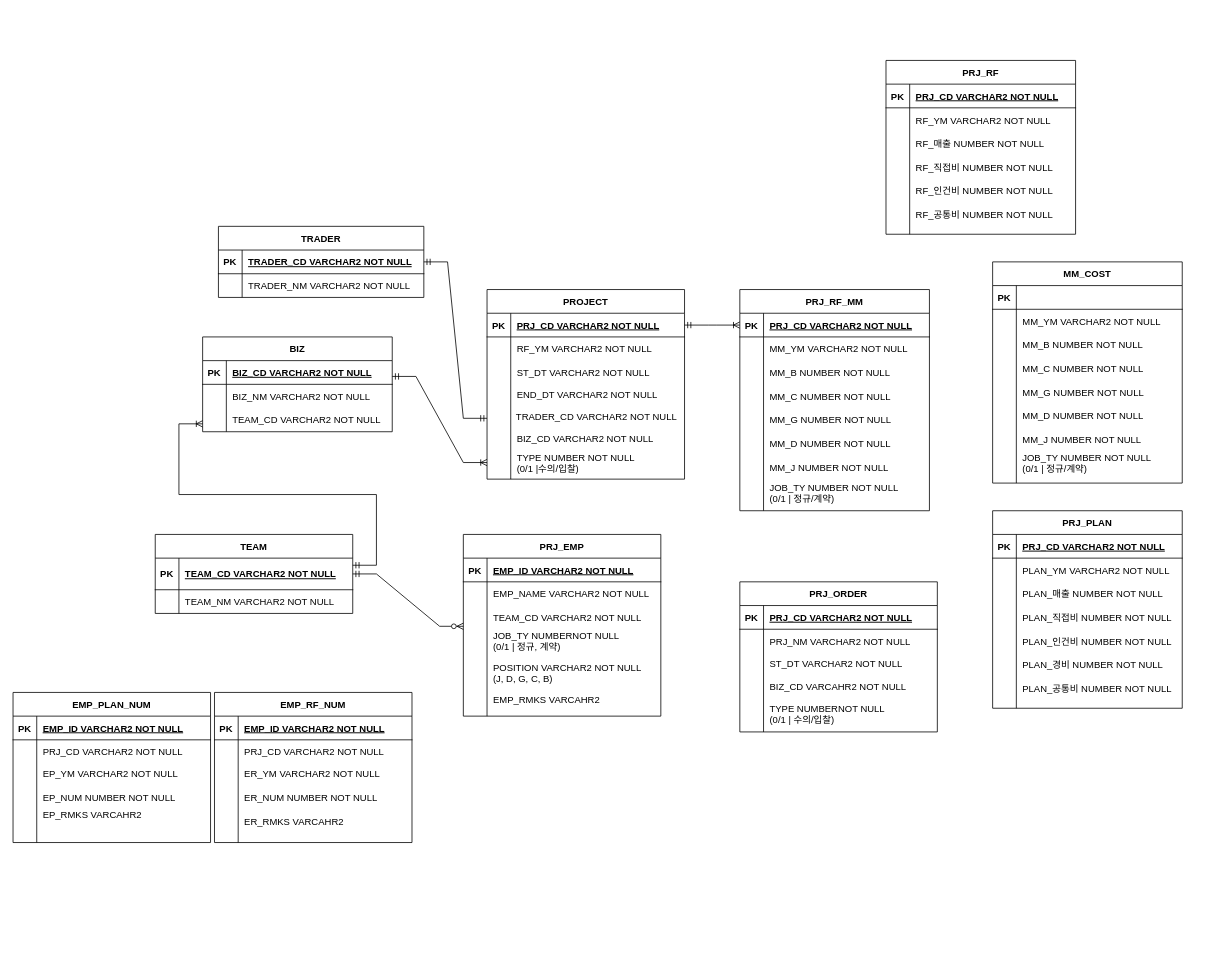
Earlier version of the draw.io diagram Untitled Diagram.drawio (wonjongah/wonjongah.github.io). Source tidied: cells renumbered, new cells numbered last; positions are measured from the earlier drawing's top-left corner, leaving out a move shared by most shapes. Both pictures are drawn from the tidied source at 79%, with x=0, y=0 at pixel (13, 60).
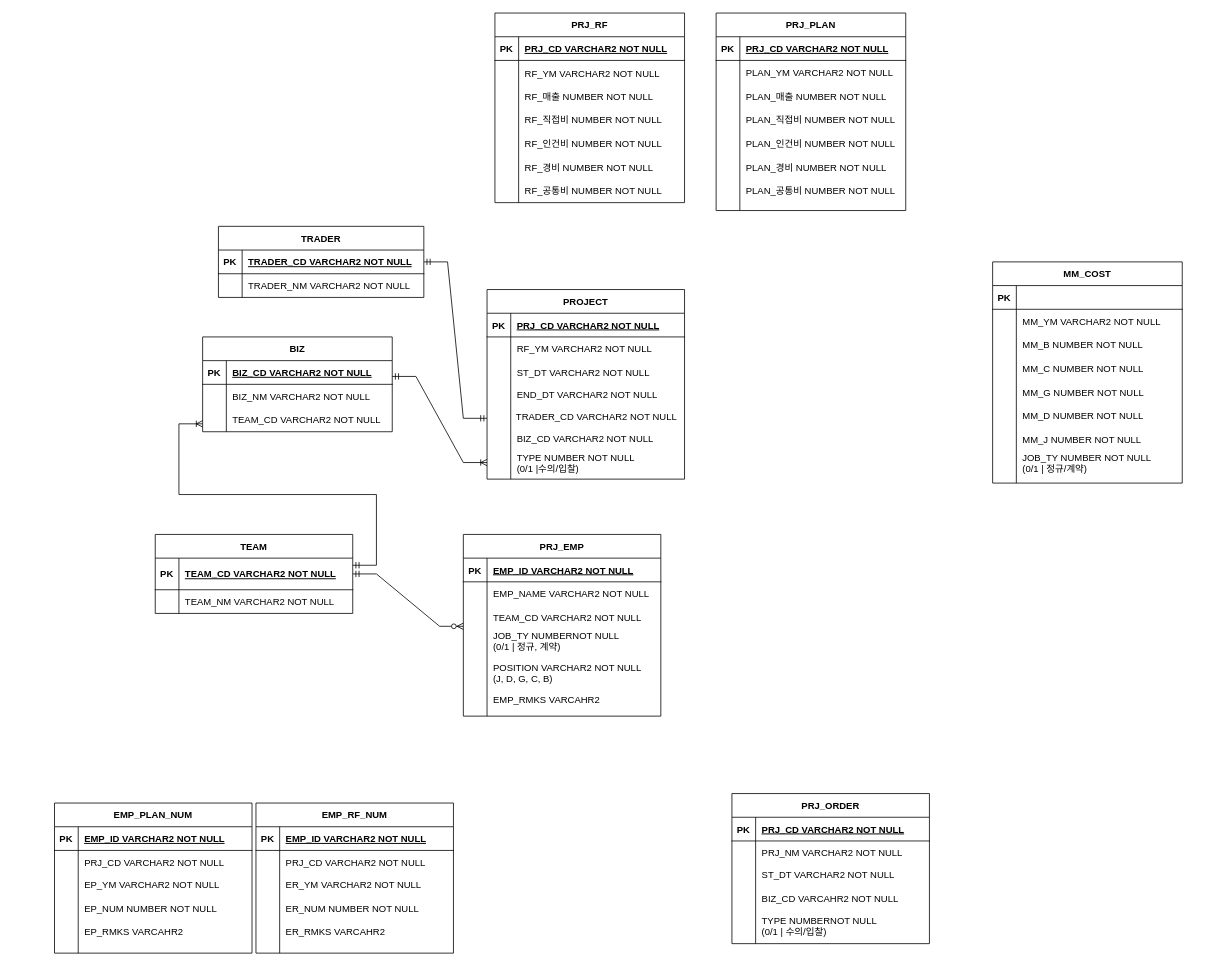
The same page after the edit.

The change refers to these unchanged cells:
```xml
<mxCell id="3" style="shape=partialRectangle;fillColor=none;points=[[0,0.5],[1,0.5]];portConstraint=eastwest;top=0;left=0;right=0;bottom=1;" parent="2" vertex="1">
  <mxGeometry y="30" width="250" height="30" as="geometry" />
</mxCell>
```

What changed in the source:
```diff
@@
     <mxCell id="41" value="PRJ_PLAN" style="shape=table;startSize=30;childLayout=tableLayout;rowLines=0;fontStyle=1;align=center;" parent="1" vertex="1">
-      <mxGeometry x="1240" y="570" width="240" height="250" as="geometry" />
+      <mxGeometry x="890" y="-60" width="240" height="250" as="geometry" />
     </mxCell>
@@
     <mxCell id="48" value="PLAN_YM VARCHAR2 NOT NULL" style="shape=partialRectangle;overflow=hidden;fillColor=none;top=0;left=0;bottom=0;right=0;align=left;spacingLeft=6;" parent="1" vertex="1">
-      <mxGeometry x="1270" y="630" width="220" height="30" as="geometry" />
+      <mxGeometry x="920" width="220" height="30" as="geometry" />
     </mxCell>
     <mxCell id="49" value="PLAN_매출 NUMBER NOT NULL" style="shape=partialRectangle;overflow=hidden;fillColor=none;top=0;left=0;bottom=0;right=0;align=left;spacingLeft=6;" parent="1" vertex="1">
-      <mxGeometry x="1270" y="660" width="220" height="30" as="geometry" />
+      <mxGeometry x="920" y="30" width="220" height="30" as="geometry" />
     </mxCell>
     <mxCell id="50" value="PLAN_인건비 NUMBER NOT NULL" style="shape=partialRectangle;overflow=hidden;fillColor=none;top=0;left=0;bottom=0;right=0;align=left;spacingLeft=6;" parent="1" vertex="1">
-      <mxGeometry x="1270" y="720" width="220" height="30" as="geometry" />
+      <mxGeometry x="920" y="90" width="220" height="30" as="geometry" />
     </mxCell>
     <mxCell id="51" value="PLAN_경비 NUMBER NOT NULL" style="shape=partialRectangle;overflow=hidden;fillColor=none;top=0;left=0;bottom=0;right=0;align=left;spacingLeft=6;" parent="1" vertex="1">
-      <mxGeometry x="1270" y="750" width="220" height="30" as="geometry" />
+      <mxGeometry x="920" y="120" width="220" height="30" as="geometry" />
     </mxCell>
     <mxCell id="52" value="PLAN_공통비 NUMBER NOT NULL" style="shape=partialRectangle;overflow=hidden;fillColor=none;top=0;left=0;bottom=0;right=0;align=left;spacingLeft=6;" parent="1" vertex="1">
-      <mxGeometry x="1270" y="780" width="220" height="30" as="geometry" />
+      <mxGeometry x="920" y="150" width="220" height="30" as="geometry" />
     </mxCell>
     <mxCell id="53" value="PRJ_RF" style="shape=table;startSize=30;childLayout=tableLayout;rowLines=0;fontStyle=1;align=center;" parent="1" vertex="1">
-      <mxGeometry x="1105" width="240" height="220" as="geometry" />
+      <mxGeometry x="610" y="-60" width="240" height="240" as="geometry" />
     </mxCell>
@@
     <mxCell id="57" style="shape=partialRectangle;fillColor=none;top=0;left=0;right=0;bottom=0;" parent="53" vertex="1">
-      <mxGeometry y="60" width="240" height="160" as="geometry" />
+      <mxGeometry y="60" width="240" height="180" as="geometry" />
     </mxCell>
     <mxCell id="58" style="shape=partialRectangle;overflow=hidden;fillColor=none;top=0;left=0;bottom=0;right=0;" parent="57" vertex="1">
-      <mxGeometry width="30" height="160" as="geometry" />
+      <mxGeometry width="30" height="180" as="geometry" />
     </mxCell>
     <mxCell id="59" style="shape=partialRectangle;overflow=hidden;fillColor=none;top=0;left=0;bottom=0;right=0;align=left;spacingLeft=6;" parent="57" vertex="1">
-      <mxGeometry x="30" width="210" height="160" as="geometry" />
+      <mxGeometry x="30" width="210" height="180" as="geometry" />
     </mxCell>
@@
     <mxCell id="61" value="PRJ_CD VARCHAR2 NOT NULL" style="shape=partialRectangle;overflow=hidden;fillColor=none;top=0;left=0;bottom=0;right=0;align=left;spacingLeft=6;fontStyle=5;" parent="1" vertex="1">
-      <mxGeometry x="1135" y="30" width="220" height="30" as="geometry" />
+      <mxGeometry x="640" y="-30" width="220" height="30" as="geometry" />
     </mxCell>
     <mxCell id="62" value="RF_YM VARCHAR2 NOT NULL" style="shape=partialRectangle;overflow=hidden;fillColor=none;top=0;left=0;bottom=0;right=0;align=left;spacingLeft=6;" parent="1" vertex="1">
-      <mxGeometry x="1135" y="61" width="220" height="30" as="geometry" />
+      <mxGeometry x="640" y="1" width="220" height="30" as="geometry" />
     </mxCell>
     <mxCell id="63" value="RF_매출 NUMBER NOT NULL" style="shape=partialRectangle;overflow=hidden;fillColor=none;top=0;left=0;bottom=0;right=0;align=left;spacingLeft=6;" parent="1" vertex="1">
-      <mxGeometry x="1135" y="90" width="220" height="30" as="geometry" />
+      <mxGeometry x="640" y="30" width="220" height="30" as="geometry" />
     </mxCell>
     <mxCell id="64" value="RF_직접비 NUMBER NOT NULL" style="shape=partialRectangle;overflow=hidden;fillColor=none;top=0;left=0;bottom=0;right=0;align=left;spacingLeft=6;" parent="1" vertex="1">
-      <mxGeometry x="1135" y="120" width="220" height="30" as="geometry" />
+      <mxGeometry x="640" y="60" width="220" height="30" as="geometry" />
     </mxCell>
     <mxCell id="65" value="RF_인건비 NUMBER NOT NULL" style="shape=partialRectangle;overflow=hidden;fillColor=none;top=0;left=0;bottom=0;right=0;align=left;spacingLeft=6;" parent="1" vertex="1">
-      <mxGeometry x="1135" y="150" width="220" height="30" as="geometry" />
+      <mxGeometry x="640" y="90" width="220" height="30" as="geometry" />
     </mxCell>
     <mxCell id="66" value="RF_공통비 NUMBER NOT NULL" style="shape=partialRectangle;overflow=hidden;fillColor=none;top=0;left=0;bottom=0;right=0;align=left;spacingLeft=6;" parent="1" vertex="1">
-      <mxGeometry x="1135" y="180" width="220" height="30" as="geometry" />
+      <mxGeometry x="640" y="150" width="220" height="30" as="geometry" />
     </mxCell>
     <mxCell id="67" value="PRJ_CD VARCHAR2 NOT NULL" style="shape=partialRectangle;overflow=hidden;fillColor=none;top=0;left=0;bottom=0;right=0;align=left;spacingLeft=6;fontStyle=5;" parent="1" vertex="1">
-      <mxGeometry x="1270" y="600" width="220" height="30" as="geometry" />
+      <mxGeometry x="920" y="-30" width="220" height="30" as="geometry" />
     </mxCell>
     <mxCell id="68" value="PLAN_직접비 NUMBER NOT NULL" style="shape=partialRectangle;overflow=hidden;fillColor=none;top=0;left=0;bottom=0;right=0;align=left;spacingLeft=6;" parent="1" vertex="1">
-      <mxGeometry x="1270" y="690" width="220" height="30" as="geometry" />
+      <mxGeometry x="920" y="60" width="220" height="30" as="geometry" />
     </mxCell>
@@
-    <mxCell id="99" value="PRJ_RF_MM" style="shape=table;startSize=30;childLayout=tableLayout;rowLines=0;fontStyle=1;align=center;" parent="1" vertex="1">
-      <mxGeometry x="920" y="290" width="240" height="280" as="geometry" />
-    </mxCell>
-    <mxCell id="100" style="shape=partialRectangle;fillColor=none;points=[[0,0.5],[1,0.5]];portConstraint=eastwest;top=0;left=0;right=0;bottom=1;" parent="99" vertex="1">
-      <mxGeometry y="30" width="240" height="30" as="geometry" />
-    </mxCell>
-    <mxCell id="101" value="PK" style="shape=partialRectangle;overflow=hidden;fillColor=none;top=0;left=0;bottom=0;right=0;fontStyle=1;" parent="100" vertex="1">
-      <mxGeometry width="30" height="30" as="geometry" />
-    </mxCell>
-    <mxCell id="102" style="shape=partialRectangle;overflow=hidden;fillColor=none;top=0;left=0;bottom=0;right=0;align=left;spacingLeft=6;fontStyle=5;" parent="100" vertex="1">
-      <mxGeometry x="30" width="210" height="30" as="geometry" />
-    </mxCell>
-    <mxCell id="103" style="shape=partialRectangle;fillColor=none;top=0;left=0;right=0;bottom=0;" parent="99" vertex="1">
-      <mxGeometry y="60" width="240" height="220" as="geometry" />
-    </mxCell>
-    <mxCell id="104" style="shape=partialRectangle;overflow=hidden;fillColor=none;top=0;left=0;bottom=0;right=0;" parent="103" vertex="1">
-      <mxGeometry width="30" height="220" as="geometry" />
-    </mxCell>
-    <mxCell id="105" style="shape=partialRectangle;overflow=hidden;fillColor=none;top=0;left=0;bottom=0;right=0;align=left;spacingLeft=6;" parent="103" vertex="1">
-      <mxGeometry x="30" width="210" height="220" as="geometry" />
-    </mxCell>
-    <mxCell id="106" value="MM_YM VARCHAR2 NOT NULL" style="shape=partialRectangle;overflow=hidden;fillColor=none;top=0;left=0;bottom=0;right=0;align=left;spacingLeft=6;" parent="1" vertex="1">
-      <mxGeometry x="950" y="350" width="220" height="30" as="geometry" />
-    </mxCell>
-    <mxCell id="107" value="MM_B NUMBER NOT NULL" style="shape=partialRectangle;overflow=hidden;fillColor=none;top=0;left=0;bottom=0;right=0;align=left;spacingLeft=6;" parent="1" vertex="1">
-      <mxGeometry x="950" y="380" width="220" height="30" as="geometry" />
-    </mxCell>
-    <mxCell id="108" value="MM_C NUMBER NOT NULL" style="shape=partialRectangle;overflow=hidden;fillColor=none;top=0;left=0;bottom=0;right=0;align=left;spacingLeft=6;" parent="1" vertex="1">
-      <mxGeometry x="950" y="410" width="220" height="30" as="geometry" />
-    </mxCell>
-    <mxCell id="109" value="MM_G NUMBER NOT NULL" style="shape=partialRectangle;overflow=hidden;fillColor=none;top=0;left=0;bottom=0;right=0;align=left;spacingLeft=6;" parent="1" vertex="1">
-      <mxGeometry x="950" y="440" width="220" height="30" as="geometry" />
-    </mxCell>
-    <mxCell id="110" value="MM_D NUMBER NOT NULL" style="shape=partialRectangle;overflow=hidden;fillColor=none;top=0;left=0;bottom=0;right=0;align=left;spacingLeft=6;" parent="1" vertex="1">
-      <mxGeometry x="950" y="470" width="220" height="30" as="geometry" />
-    </mxCell>
-    <mxCell id="111" value="MM_J NUMBER NOT NULL" style="shape=partialRectangle;overflow=hidden;fillColor=none;top=0;left=0;bottom=0;right=0;align=left;spacingLeft=6;" parent="1" vertex="1">
-      <mxGeometry x="950" y="500" width="220" height="30" as="geometry" />
-    </mxCell>
-    <mxCell id="112" value="JOB_TY NUMBER NOT NULL&#10;(0/1 | 정규/계약)" style="shape=partialRectangle;overflow=hidden;fillColor=none;top=0;left=0;bottom=0;right=0;align=left;spacingLeft=6;" parent="1" vertex="1">
-      <mxGeometry x="950" y="533" width="220" height="30" as="geometry" />
-    </mxCell>
-    <mxCell id="113" value="PRJ_CD VARCHAR2 NOT NULL " style="shape=partialRectangle;overflow=hidden;fillColor=none;top=0;left=0;bottom=0;right=0;align=left;spacingLeft=6;fontStyle=5;" parent="1" vertex="1">
-      <mxGeometry x="950" y="320" width="220" height="30" as="geometry" />
-    </mxCell>
-    <mxCell id="114" style="edgeStyle=entityRelationEdgeStyle;fontSize=12;html=1;endArrow=ERoneToMany;startArrow=ERmandOne;rounded=0;exitX=1;exitY=0.5;exitDx=0;exitDy=0;entryX=0;entryY=0.5;entryDx=0;entryDy=0;" parent="1" edge="1" source="3" target="100">
-      <mxGeometry relative="1" as="geometry" />
-    </mxCell>
     <mxCell id="115" value="PRJ_ORDER" style="shape=table;startSize=30;childLayout=tableLayout;rowLines=0;fontStyle=1;align=center;" parent="1" vertex="1">
-      <mxGeometry x="920" y="660" width="250" height="190" as="geometry" />
+      <mxGeometry x="910" y="928" width="250" height="190" as="geometry" />
     </mxCell>
@@
     <mxCell id="122" value="PRJ_NM VARCHAR2 NOT NULL" style="shape=partialRectangle;overflow=hidden;fillColor=none;top=0;left=0;bottom=0;right=0;align=left;spacingLeft=6;" parent="1" vertex="1">
-      <mxGeometry x="950" y="720" width="220" height="30" as="geometry" />
+      <mxGeometry x="940" y="988" width="220" height="30" as="geometry" />
     </mxCell>
     <mxCell id="123" value="ST_DT VARCHAR2 NOT NULL" style="shape=partialRectangle;overflow=hidden;fillColor=none;top=0;left=0;bottom=0;right=0;align=left;spacingLeft=6;" parent="1" vertex="1">
-      <mxGeometry x="950" y="748" width="220" height="30" as="geometry" />
+      <mxGeometry x="940" y="1016" width="220" height="30" as="geometry" />
     </mxCell>
     <mxCell id="124" value="TYPE NUMBERNOT NULL&#10;(0/1 | 수의/입찰)" style="shape=partialRectangle;overflow=hidden;fillColor=none;top=0;left=0;bottom=0;right=0;align=left;spacingLeft=6;" parent="1" vertex="1">
-      <mxGeometry x="950" y="812" width="220" height="30" as="geometry" />
+      <mxGeometry x="940" y="1080" width="220" height="30" as="geometry" />
     </mxCell>
     <mxCell id="125" value="BIZ_CD VARCAHR2 NOT NULL" style="shape=partialRectangle;overflow=hidden;fillColor=none;top=0;left=0;bottom=0;right=0;align=left;spacingLeft=6;" parent="1" vertex="1">
-      <mxGeometry x="950" y="778" width="220" height="30" as="geometry" />
+      <mxGeometry x="940" y="1046" width="220" height="30" as="geometry" />
     </mxCell>
@@
     <mxCell id="127" value="EMP_RF_NUM" style="shape=table;startSize=30;childLayout=tableLayout;rowLines=0;fontStyle=1;align=center;" parent="1" vertex="1">
-      <mxGeometry x="255" y="800" width="250" height="190" as="geometry" />
+      <mxGeometry x="307.5" y="940" width="250" height="190" as="geometry" />
     </mxCell>
@@
     <mxCell id="134" value="PRJ_CD VARCHAR2 NOT NULL" style="shape=partialRectangle;overflow=hidden;fillColor=none;top=0;left=0;bottom=0;right=0;align=left;spacingLeft=6;" parent="1" vertex="1">
-      <mxGeometry x="285" y="860" width="220" height="30" as="geometry" />
+      <mxGeometry x="337.5" y="1000" width="220" height="30" as="geometry" />
     </mxCell>
     <mxCell id="135" value="EMP_PLAN_NUM" style="shape=table;startSize=30;childLayout=tableLayout;rowLines=0;fontStyle=1;align=center;" parent="1" vertex="1">
-      <mxGeometry y="800" width="250" height="190" as="geometry" />
+      <mxGeometry x="52.5" y="940" width="250" height="190" as="geometry" />
     </mxCell>
@@
     <mxCell id="142" value="PRJ_CD VARCHAR2 NOT NULL" style="shape=partialRectangle;overflow=hidden;fillColor=none;top=0;left=0;bottom=0;right=0;align=left;spacingLeft=6;" parent="1" vertex="1">
-      <mxGeometry x="30" y="860" width="220" height="30" as="geometry" />
+      <mxGeometry x="82.5" y="1000" width="220" height="30" as="geometry" />
     </mxCell>
     <mxCell id="143" value="EP_YM VARCHAR2 NOT NULL" style="shape=partialRectangle;overflow=hidden;fillColor=none;top=0;left=0;bottom=0;right=0;align=left;spacingLeft=6;" parent="1" vertex="1">
-      <mxGeometry x="30" y="888" width="220" height="30" as="geometry" />
+      <mxGeometry x="82.5" y="1028" width="220" height="30" as="geometry" />
     </mxCell>
     <mxCell id="144" value="ER_YM VARCHAR2 NOT NULL" style="shape=partialRectangle;overflow=hidden;fillColor=none;top=0;left=0;bottom=0;right=0;align=left;spacingLeft=6;" parent="1" vertex="1">
-      <mxGeometry x="285" y="888" width="220" height="30" as="geometry" />
+      <mxGeometry x="337.5" y="1028" width="220" height="30" as="geometry" />
     </mxCell>
     <mxCell id="145" value="EP_NUM NUMBER NOT NULL" style="shape=partialRectangle;overflow=hidden;fillColor=none;top=0;left=0;bottom=0;right=0;align=left;spacingLeft=6;" parent="1" vertex="1">
-      <mxGeometry x="30" y="918" width="220" height="30" as="geometry" />
+      <mxGeometry x="82.5" y="1058" width="220" height="30" as="geometry" />
     </mxCell>
     <mxCell id="146" value="ER_NUM NUMBER NOT NULL" style="shape=partialRectangle;overflow=hidden;fillColor=none;top=0;left=0;bottom=0;right=0;align=left;spacingLeft=6;" parent="1" vertex="1">
-      <mxGeometry x="285" y="918" width="220" height="30" as="geometry" />
+      <mxGeometry x="337.5" y="1058" width="220" height="30" as="geometry" />
     </mxCell>
     <mxCell id="147" value="EP_RMKS VARCAHR2 " style="shape=partialRectangle;overflow=hidden;fillColor=none;top=0;left=0;bottom=0;right=0;align=left;spacingLeft=6;" parent="1" vertex="1">
-      <mxGeometry x="30" y="940" width="220" height="30" as="geometry" />
+      <mxGeometry x="82.5" y="1088" width="220" height="30" as="geometry" />
     </mxCell>
     <mxCell id="148" value="ER_RMKS VARCAHR2 " style="shape=partialRectangle;overflow=hidden;fillColor=none;top=0;left=0;bottom=0;right=0;align=left;spacingLeft=6;" parent="1" vertex="1">
-      <mxGeometry x="285" y="948" width="220" height="30" as="geometry" />
+      <mxGeometry x="337.5" y="1088" width="220" height="30" as="geometry" />
     </mxCell>
+    <mxCell id="149" value="RF_경비 NUMBER NOT NULL" style="shape=partialRectangle;overflow=hidden;fillColor=none;top=0;left=0;bottom=0;right=0;align=left;spacingLeft=6;" parent="1" vertex="1">
+      <mxGeometry x="640" y="120" width="220" height="30" as="geometry" />
+    </mxCell>
```
